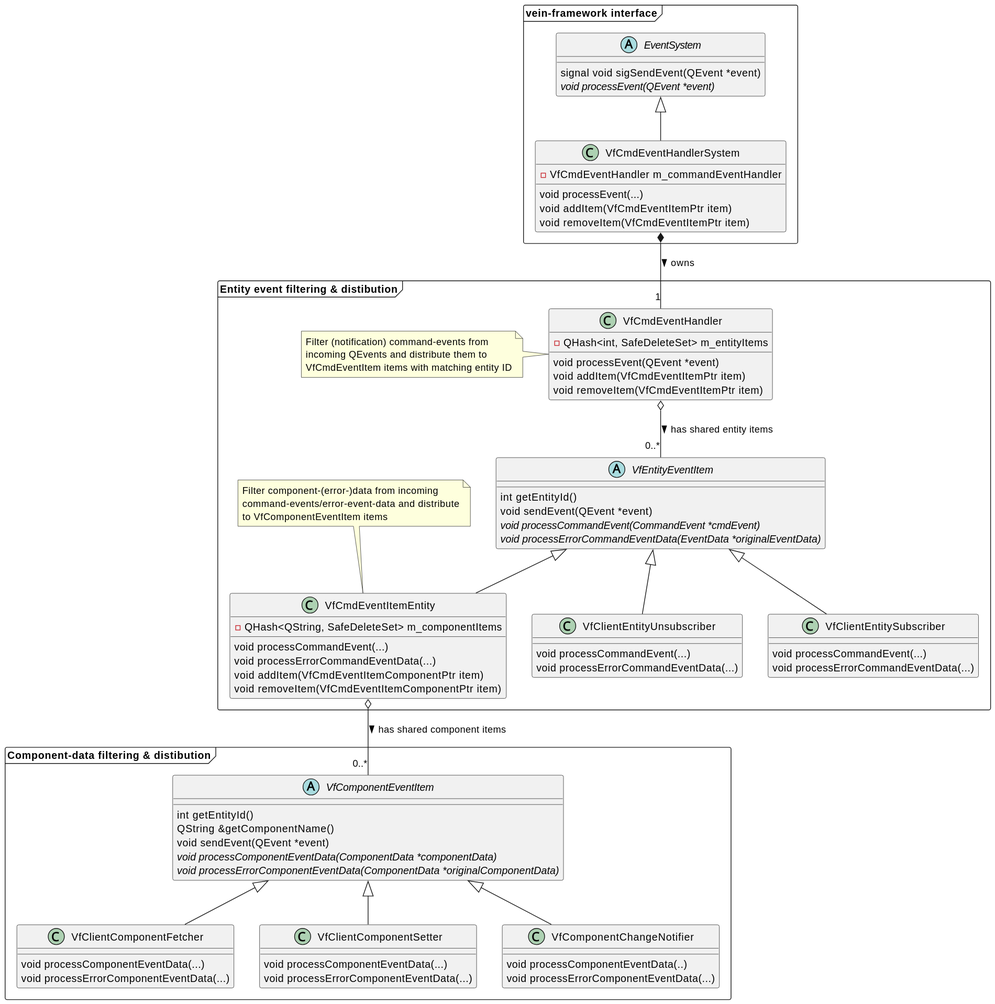
Earlier version of the PlantUML export convenient-code/doc/convenient-code-uml.svg (ZeraGmbH/vein-framework).
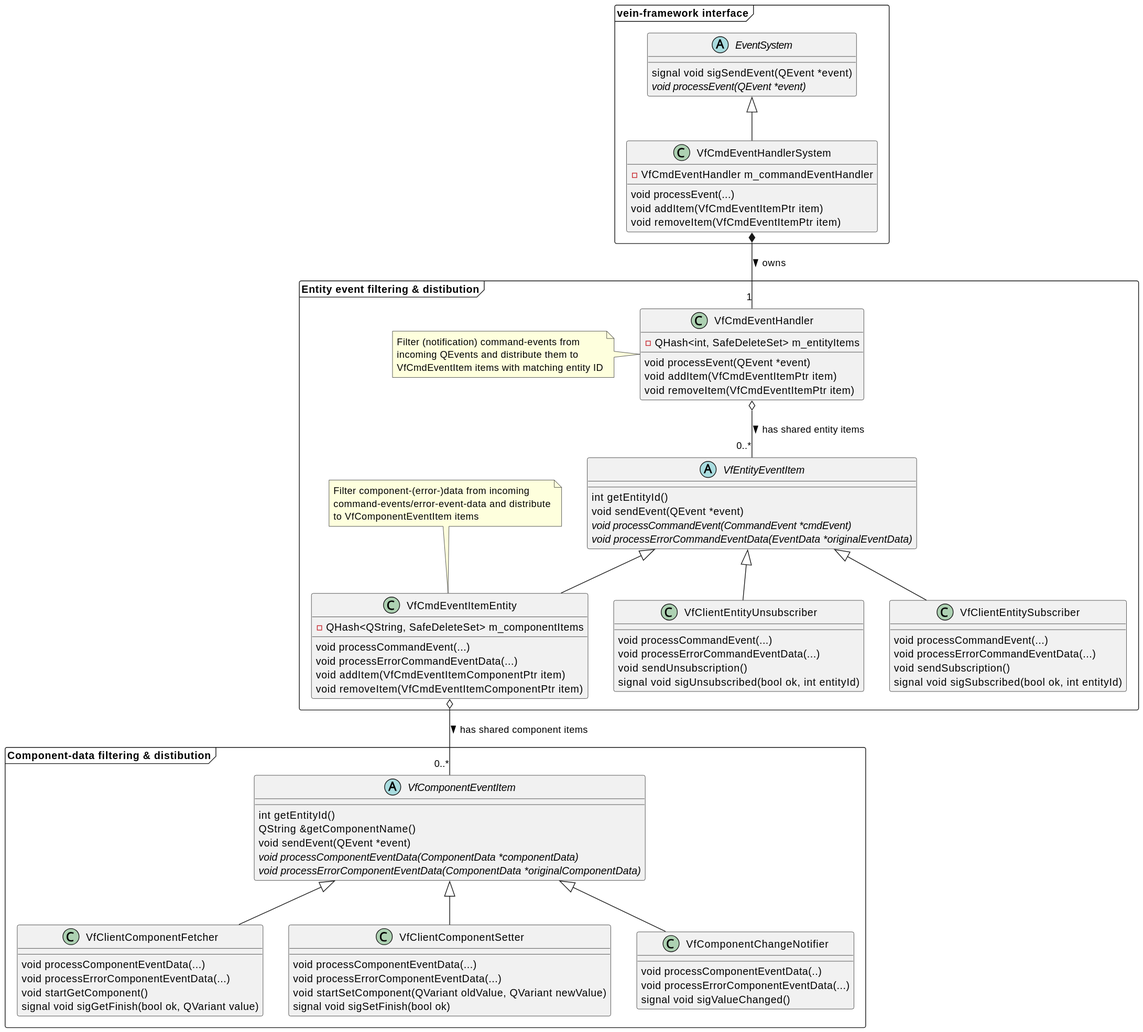
Above is the later version.

Commit message:
convenient-code: Display more methods

What changed in the source:
```diff
@@ -33,11 +33,15 @@
     class VfClientEntitySubscriber {
         void processCommandEvent(...)
         void processErrorCommandEventData(...)
+        void sendSubscription()
+        signal void sigSubscribed(bool ok, int entityId)
     }
 
     class VfClientEntityUnsubscriber {
         void processCommandEvent(...)
         void processErrorCommandEventData(...)
+        void sendUnsubscription()
+        signal void sigUnsubscribed(bool ok, int entityId)
     }
 
     class VfCmdEventItemEntity {
@@ -51,28 +55,33 @@
 }
 
 package "Component-data filtering & distibution" <<Frame>> {
-abstract class VfComponentEventItem {
-    int getEntityId()
-    QString &getComponentName()
-    void sendEvent(QEvent *event)
-    {abstract} void processComponentEventData(ComponentData *componentData)
-    {abstract} void processErrorComponentEventData(ComponentData *originalComponentData)
-}
+    abstract class VfComponentEventItem {
+        int getEntityId()
+        QString &getComponentName()
+        void sendEvent(QEvent *event)
+        {abstract} void processComponentEventData(ComponentData *componentData)
+        {abstract} void processErrorComponentEventData(ComponentData *originalComponentData)
+    }
 
-class VfClientComponentFetcher {
-    void processComponentEventData(...)
-    void processErrorComponentEventData(...)
-}
+    class VfClientComponentFetcher {
+        void processComponentEventData(...)
+        void processErrorComponentEventData(...)
+        void startGetComponent()
+        signal void sigGetFinish(bool ok, QVariant value)
+    }
 
-class VfClientComponentSetter {
-    void processComponentEventData(...)
-    void processErrorComponentEventData(...)
-}
+    class VfClientComponentSetter {
+        void processComponentEventData(...)
+        void processErrorComponentEventData(...)
+        void startSetComponent(QVariant oldValue, QVariant newValue)
+        signal void sigSetFinish(bool ok)
+    }
 
-class VfComponentChangeNotifier {
-    void processComponentEventData(..)
-    void processErrorComponentEventData(...)
-}
+    class VfComponentChangeNotifier {
+        void processComponentEventData(..)
+        void processErrorComponentEventData(...)
+        signal void sigValueChanged()
+    }
 }
 
 EventSystem <|-- VfCmdEventHandlerSystem
```
